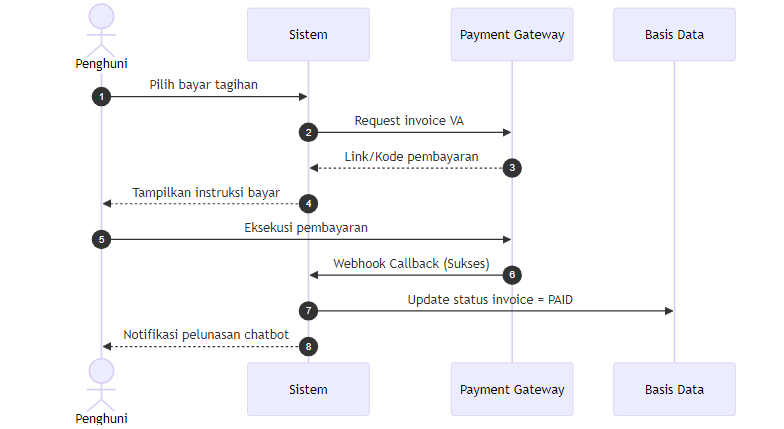
Before: docs/diagrams/9_sequence_diagram_pembayaran.png, a diagram exported from Mermaid (ahmadyasser72/tem-2). Its source is kept beside it as docs/diagrams/9_sequence_diagram_pembayaran.mmd. Source of this version:
```mermaid
sequenceDiagram
    autonumber
    actor Penghuni
    participant Sistem
    participant Gateway as Payment Gateway
    participant Basis Data

    Penghuni->>Sistem: Pilih bayar tagihan
    Sistem->>Gateway: Request invoice VA
    Gateway-->>Sistem: Link/Kode pembayaran
    Sistem-->>Penghuni: Tampilkan instruksi bayar

    Penghuni->>Gateway: Eksekusi pembayaran
    Gateway->>Sistem: Webhook Callback (Sukses)
    Sistem->>Basis Data: Update status invoice = PAID
    Sistem-->>Penghuni: Notifikasi pelunasan chatbot
```
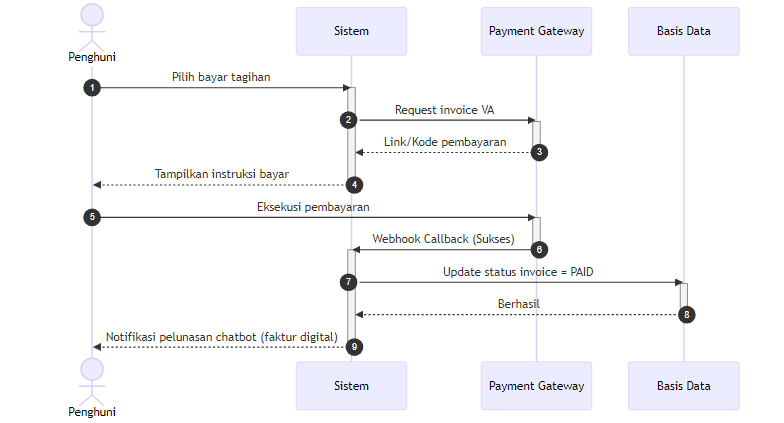
Later version of the same file.

Diff of the diagram source:
```diff
@@ -6,11 +6,22 @@
     participant Basis Data
 
     Penghuni->>Sistem: Pilih bayar tagihan
+    activate Sistem
     Sistem->>Gateway: Request invoice VA
+    activate Gateway
     Gateway-->>Sistem: Link/Kode pembayaran
+    deactivate Gateway
     Sistem-->>Penghuni: Tampilkan instruksi bayar
+    deactivate Sistem
 
     Penghuni->>Gateway: Eksekusi pembayaran
+    activate Gateway
     Gateway->>Sistem: Webhook Callback (Sukses)
+    deactivate Gateway
+    activate Sistem
     Sistem->>Basis Data: Update status invoice = PAID
-    Sistem-->>Penghuni: Notifikasi pelunasan chatbot
+    activate Basis Data
+    Basis Data-->>Sistem: Berhasil
+    deactivate Basis Data
+    Sistem-->>Penghuni: Notifikasi pelunasan chatbot (faktur digital)
+    deactivate Sistem
```
